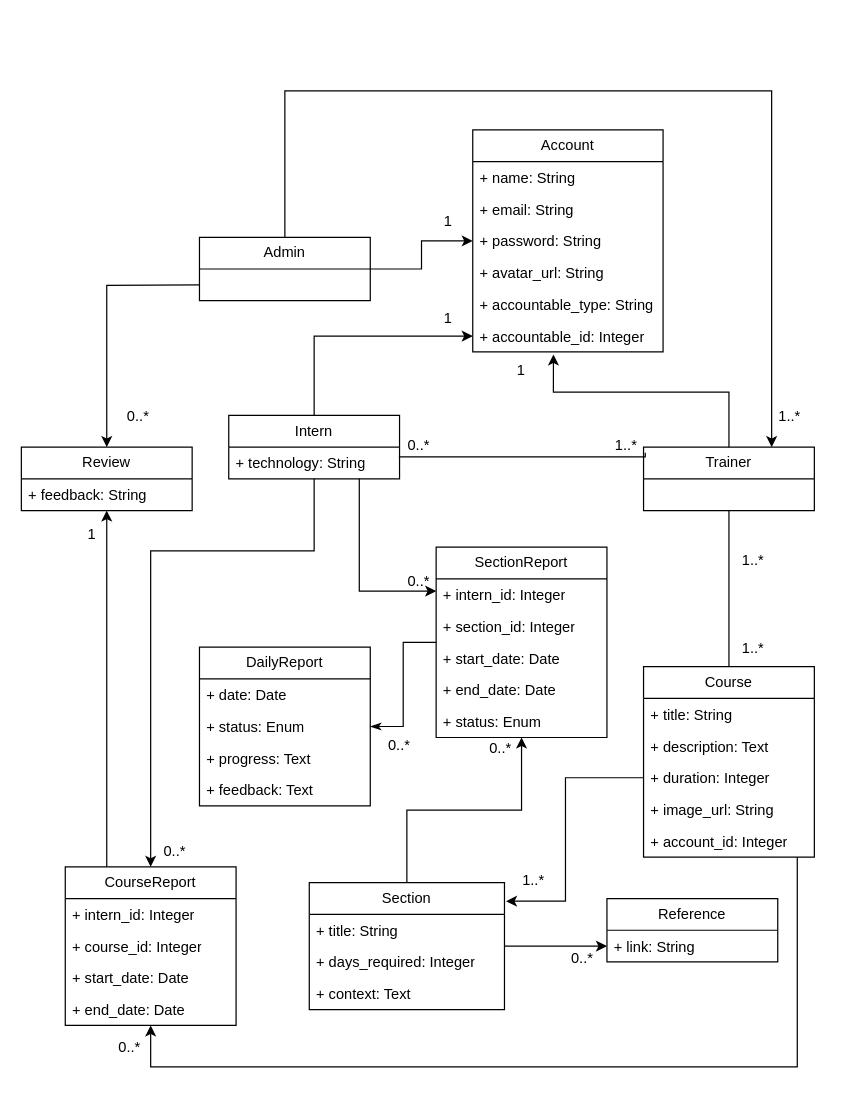
Above: Schema Designing/class diagram.drawio in ruby-ist/ruby-practice (draw.io), before the change. Source tidied: cells renumbered, new cells numbered last; positions are measured from the earlier drawing's top-left corner, leaving out a move shared by most shapes. Both pictures are drawn from the tidied source at 122%, with x=0, y=0 at pixel (21, 90).
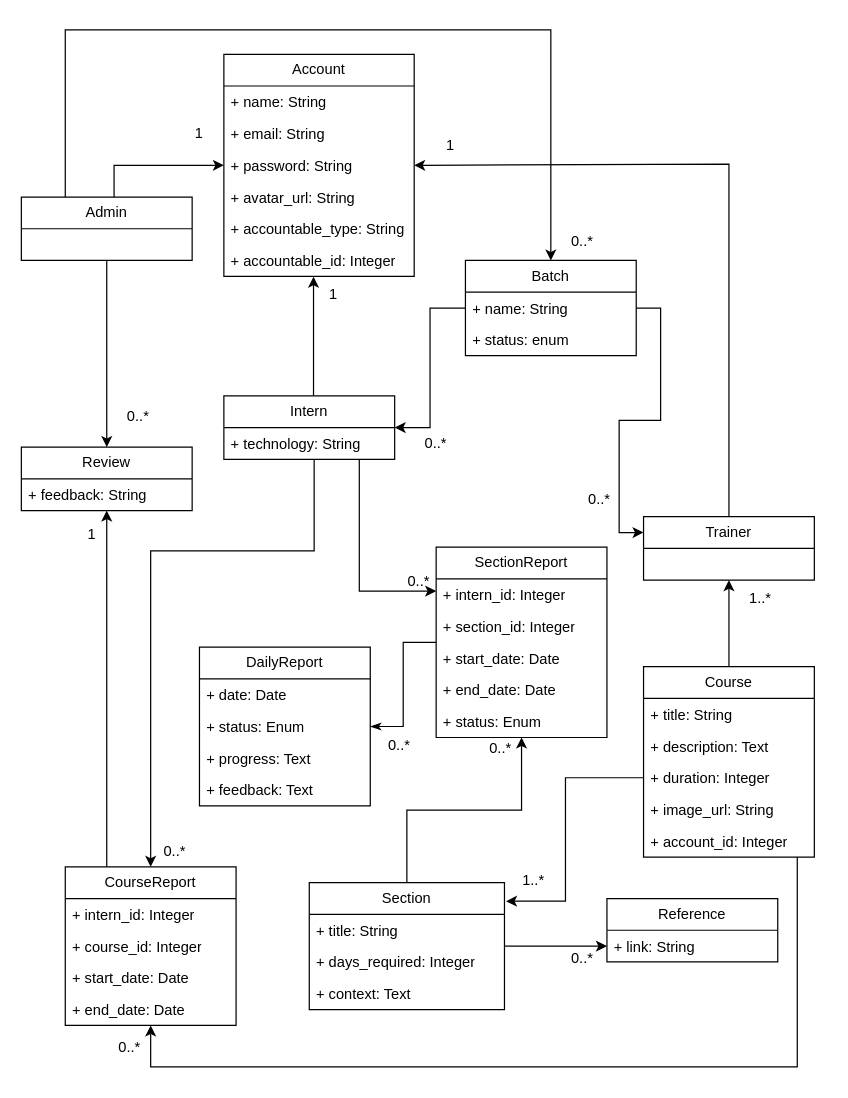
Above is the later version.

Commit message (it also covers changes not shown here):
class diagram changes

Unchanged cells that the change refers to:
```xml
<mxCell id="5" value="+ technology: String" style="text;strokeColor=none;fillColor=none;align=left;verticalAlign=top;spacingLeft=4;spacingRight=4;overflow=hidden;points=[[0,0.5],[1,0.5]];portConstraint=eastwest;whiteSpace=wrap;html=1;" parent="4" vertex="1">
  <mxGeometry y="26" width="140" height="26" as="geometry" />
</mxCell>
<mxCell id="7" value="Course" style="swimlane;fontStyle=0;horizontal=1;startSize=26;fillColor=none;whiteSpace=wrap;html=1;" parent="1" vertex="1">
  <mxGeometry x="510" y="472" width="140" height="156" as="geometry" />
</mxCell>
<mxCell id="32" value="Review" style="swimlane;fontStyle=0;horizontal=1;startSize=26;fillColor=none;whiteSpace=wrap;html=1;" parent="1" vertex="1">
  <mxGeometry y="292" width="140" height="52" as="geometry" />
</mxCell>
<mxCell id="37" value="+ password: String" style="text;strokeColor=none;fillColor=none;align=left;verticalAlign=top;spacingLeft=4;spacingRight=4;overflow=hidden;points=[[0,0.5],[1,0.5]];portConstraint=eastwest;whiteSpace=wrap;html=1;" parent="34" vertex="1">
  <mxGeometry y="78" width="156" height="26" as="geometry" />
</mxCell>
<mxCell id="40" value="+ accountable_id: Integer" style="text;strokeColor=none;fillColor=none;align=left;verticalAlign=top;spacingLeft=4;spacingRight=4;overflow=hidden;points=[[0,0.5],[1,0.5]];portConstraint=eastwest;whiteSpace=wrap;html=1;" parent="34" vertex="1">
  <mxGeometry y="156" width="156" height="26" as="geometry" />
</mxCell>
```

Change to the diagram source:
```diff
@@
-    <mxCell id="2" style="edgeStyle=orthogonalEdgeStyle;rounded=0;jettySize=auto;html=1;" parent="1" edge="1" source="4" target="40">
-      <mxGeometry relative="1" as="geometry" />
+    <mxCell id="2" style="edgeStyle=orthogonalEdgeStyle;rounded=0;jettySize=auto;html=1;entryX=0.471;entryY=1.013;entryDx=0;entryDy=0;entryPerimeter=0;" parent="1" edge="1" source="4" target="40">
+      <mxGeometry relative="1" as="geometry">
+        <Array as="points">
+          <mxPoint x="239" y="152" />
+        </Array>
+      </mxGeometry>
     </mxCell>
-    <mxCell id="3" style="edgeStyle=orthogonalEdgeStyle;rounded=0;jettySize=auto;html=1;endArrow=none;endFill=0;exitX=0.996;exitY=0.306;exitDx=0;exitDy=0;exitPerimeter=0;entryX=0.01;entryY=0.089;entryDx=0;entryDy=0;entryPerimeter=0;" parent="1" edge="1" source="5" target="27">
-      <mxGeometry relative="1" as="geometry">
-        <Array as="points">
-          <mxPoint x="511" y="300" />
-        </Array>
-      </mxGeometry>
-    </mxCell>
     <mxCell id="4" value="Intern" style="swimlane;fontStyle=0;horizontal=1;startSize=26;fillColor=none;whiteSpace=wrap;html=1;" parent="1" vertex="1">
-      <mxGeometry x="170" y="266" width="140" height="52" as="geometry" />
+      <mxGeometry x="166" y="250" width="140" height="52" as="geometry" />
     </mxCell>
@@
-    <mxCell id="25" style="edgeStyle=orthogonalEdgeStyle;rounded=0;jettySize=auto;html=1;endArrow=none;endFill=0;" parent="1" edge="1" source="27" target="7">
+    <mxCell id="25" style="edgeStyle=orthogonalEdgeStyle;rounded=0;jettySize=auto;html=1;endArrow=none;endFill=0;startArrow=classic;startFill=1;" parent="1" edge="1" source="27" target="7">
       <mxGeometry relative="1" as="geometry" />
     </mxCell>
-    <mxCell id="26" style="edgeStyle=orthogonalEdgeStyle;rounded=0;jettySize=auto;html=1;entryX=0.424;entryY=1.077;entryDx=0;entryDy=0;entryPerimeter=0;" parent="1" edge="1" source="27" target="40">
+    <mxCell id="26" style="edgeStyle=orthogonalEdgeStyle;rounded=0;jettySize=auto;html=1;entryX=1;entryY=0.5;entryDx=0;entryDy=0;" parent="1" edge="1" source="27" target="37">
       <mxGeometry relative="1" as="geometry">
         <Array as="points">
-          <mxPoint x="490" y="247" />
-          <mxPoint x="523" y="247" />
+          <mxPoint x="580" y="60" />
+          <mxPoint x="322" y="60" />
         </Array>
       </mxGeometry>
     </mxCell>
     <mxCell id="27" value="Trainer" style="swimlane;fontStyle=0;horizontal=1;startSize=26;fillColor=none;whiteSpace=wrap;html=1;" parent="1" vertex="1">
-      <mxGeometry x="510" y="292" width="140" height="52" as="geometry" />
+      <mxGeometry x="510" y="349" width="140" height="52" as="geometry" />
     </mxCell>
     <mxCell id="28" style="edgeStyle=orthogonalEdgeStyle;rounded=0;jettySize=auto;html=1;" parent="1" edge="1" source="30" target="34">
-      <mxGeometry relative="1" as="geometry" />
+      <mxGeometry relative="1" as="geometry">
+        <Array as="points">
+          <mxPoint x="76" y="61" />
+        </Array>
+      </mxGeometry>
     </mxCell>
-    <mxCell id="29" style="edgeStyle=orthogonalEdgeStyle;rounded=0;jettySize=auto;html=1;entryX=0.75;entryY=0;entryDx=0;entryDy=0;" parent="1" edge="1" source="30" target="27">
+    <mxCell id="29" style="edgeStyle=orthogonalEdgeStyle;rounded=0;jettySize=auto;html=1;entryX=0.5;entryY=0;entryDx=0;entryDy=0;" parent="1" edge="1" source="30" target="76">
       <mxGeometry relative="1" as="geometry">
         <Array as="points">
-          <mxPoint x="216" />
-          <mxPoint x="615" />
+          <mxPoint x="36" y="-50" />
+          <mxPoint x="434" y="-50" />
         </Array>
       </mxGeometry>
     </mxCell>
     <mxCell id="30" value="Admin" style="swimlane;fontStyle=0;horizontal=1;startSize=26;fillColor=none;whiteSpace=wrap;html=1;" parent="1" vertex="1">
-      <mxGeometry x="146" y="120" width="140" height="52" as="geometry" />
+      <mxGeometry y="87" width="140" height="52" as="geometry" />
     </mxCell>
@@
     <mxCell id="34" value="Account" style="swimlane;fontStyle=0;horizontal=1;startSize=26;fillColor=none;whiteSpace=wrap;html=1;" parent="1" vertex="1">
-      <mxGeometry x="370" y="32" width="156" height="182" as="geometry" />
+      <mxGeometry x="166" y="-30" width="156" height="182" as="geometry" />
     </mxCell>
@@
     <mxCell id="41" value="1" style="text;html=1;strokeColor=none;fillColor=none;align=center;verticalAlign=middle;whiteSpace=wrap;rounded=0;" parent="1" vertex="1">
-      <mxGeometry x="320" y="92" width="60" height="30" as="geometry" />
+      <mxGeometry x="226" y="152" width="60" height="30" as="geometry" />
     </mxCell>
     <mxCell id="42" value="1" style="text;html=1;strokeColor=none;fillColor=none;align=center;verticalAlign=middle;whiteSpace=wrap;rounded=0;" parent="1" vertex="1">
-      <mxGeometry x="320" y="172" width="60" height="30" as="geometry" />
+      <mxGeometry x="116" y="20" width="60" height="30" as="geometry" />
     </mxCell>
     <mxCell id="43" value="1" style="text;html=1;strokeColor=none;fillColor=none;align=center;verticalAlign=middle;whiteSpace=wrap;rounded=0;" parent="1" vertex="1">
-      <mxGeometry x="380" y="214" width="60" height="30" as="geometry" />
+      <mxGeometry x="322" y="30" width="60" height="30" as="geometry" />
     </mxCell>
@@
-    <mxCell id="48" value="1..*" style="text;html=1;strokeColor=none;fillColor=none;align=center;verticalAlign=middle;whiteSpace=wrap;rounded=0;" parent="1" vertex="1">
-      <mxGeometry x="570" y="442" width="60" height="30" as="geometry" />
-    </mxCell>
-    <mxCell id="49" value="1..*" style="text;html=1;strokeColor=none;fillColor=none;align=center;verticalAlign=middle;whiteSpace=wrap;rounded=0;" parent="1" vertex="1">
-      <mxGeometry x="600" y="252" width="60" height="30" as="geometry" />
+    <mxCell id="49" value="0..*" style="text;html=1;strokeColor=none;fillColor=none;align=center;verticalAlign=middle;whiteSpace=wrap;rounded=0;" parent="1" vertex="1">
+      <mxGeometry x="430" y="109" width="60" height="30" as="geometry" />
     </mxCell>
-    <mxCell id="50" style="edgeStyle=orthogonalEdgeStyle;rounded=0;jettySize=auto;html=1;entryX=0.5;entryY=0;entryDx=0;entryDy=0;" parent="1" edge="1" target="32">
-      <mxGeometry relative="1" as="geometry">
-        <mxPoint x="146" y="159" as="sourcePoint" />
-      </mxGeometry>
+    <mxCell id="50" style="edgeStyle=orthogonalEdgeStyle;rounded=0;jettySize=auto;html=1;entryX=0.5;entryY=0;entryDx=0;entryDy=0;" parent="1" edge="1" source="30" target="32">
+      <mxGeometry relative="1" as="geometry" />
     </mxCell>
-    <mxCell id="51" value="1..*" style="text;html=1;strokeColor=none;fillColor=none;align=center;verticalAlign=middle;whiteSpace=wrap;rounded=0;" parent="1" vertex="1">
-      <mxGeometry x="466" y="276" width="60" height="30" as="geometry" />
+    <mxCell id="51" value="0..*" style="text;html=1;strokeColor=none;fillColor=none;align=center;verticalAlign=middle;whiteSpace=wrap;rounded=0;" parent="1" vertex="1">
+      <mxGeometry x="444" y="320" width="60" height="30" as="geometry" />
     </mxCell>
     <mxCell id="52" value="1..*" style="text;html=1;strokeColor=none;fillColor=none;align=center;verticalAlign=middle;whiteSpace=wrap;rounded=0;" parent="1" vertex="1">
-      <mxGeometry x="570" y="370" width="60" height="30" as="geometry" />
+      <mxGeometry x="576" y="401" width="60" height="30" as="geometry" />
     </mxCell>
-    <mxCell id="53" value="0..*" style="text;html=1;strokeColor=none;fillColor=none;align=center;verticalAlign=middle;whiteSpace=wrap;rounded=0;" parent="1" vertex="1">
-      <mxGeometry x="296" y="276" width="60" height="30" as="geometry" />
-    </mxCell>
@@
+    <mxCell id="75" style="edgeStyle=orthogonalEdgeStyle;rounded=0;jettySize=auto;html=1;entryX=1;entryY=0.5;entryDx=0;entryDy=0;" parent="1" edge="1" source="76" target="4">
+      <mxGeometry relative="1" as="geometry" />
+    </mxCell>
+    <mxCell id="76" value="Batch" style="swimlane;fontStyle=0;horizontal=1;startSize=26;fillColor=none;whiteSpace=wrap;html=1;" parent="1" vertex="1">
+      <mxGeometry x="364" y="139" width="140" height="78" as="geometry" />
+    </mxCell>
+    <mxCell id="77" value="+ name: String" style="text;strokeColor=none;fillColor=none;align=left;verticalAlign=top;spacingLeft=4;spacingRight=4;overflow=hidden;points=[[0,0.5],[1,0.5]];portConstraint=eastwest;whiteSpace=wrap;html=1;" parent="76" vertex="1">
+      <mxGeometry y="26" width="140" height="26" as="geometry" />
+    </mxCell>
+    <mxCell id="78" value="+ status: enum" style="text;strokeColor=none;fillColor=none;align=left;verticalAlign=top;spacingLeft=4;spacingRight=4;overflow=hidden;whiteSpace=wrap;html=1;" parent="76" vertex="1">
+      <mxGeometry y="52" width="140" height="26" as="geometry" />
+    </mxCell>
+    <mxCell id="53" value="0..*" style="text;html=1;strokeColor=none;fillColor=none;align=center;verticalAlign=middle;whiteSpace=wrap;rounded=0;" parent="1" vertex="1">
+      <mxGeometry x="310" y="274" width="60" height="30" as="geometry" />
+    </mxCell>
+    <mxCell id="79" style="edgeStyle=orthogonalEdgeStyle;rounded=0;jettySize=auto;html=1;entryX=0;entryY=0.25;entryDx=0;entryDy=0;" parent="1" edge="1" source="77" target="27">
+      <mxGeometry relative="1" as="geometry" />
+    </mxCell>
```
